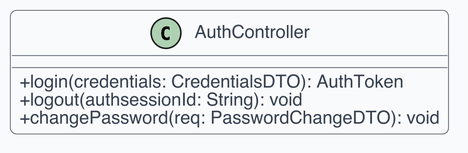
swenightpro/Documentazione keeps this PlantUML diagram as src/PB/Documentazione Esterna/Contenuti/componenti_specifiche_tecniche/assets/uml_backend/01_authcontroller.png. Above is the earlier version. Its diagram source:
```plantuml
@startuml
skinparam dpi 300
skinparam shadowing false
skinparam backgroundColor White
skinparam defaultFontName Helvetica
skinparam defaultFontSize 12
skinparam ArrowColor #4B5563
skinparam ArrowThickness 1
skinparam roundcorner 8
skinparam class {
  BackgroundColor #F9FAFB
  BorderColor #4B5563
  FontColor #111827
  AttributeFontColor #374151
  StereotypeFontColor #6B7280
}
skinparam classAttributeIconSize 0
class AuthController {
  +login(credentials: CredentialsDTO): AuthToken
  +logout(authsessionId: String): void
  +changePassword(req: PasswordChangeDTO): void
}
@enduml
```
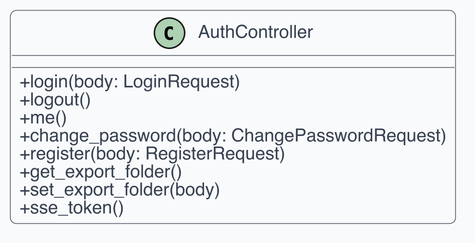
The same file after the commit.

Diff of the diagram source:
```diff
@@ -15,9 +15,15 @@
   StereotypeFontColor #6B7280
 }
 skinparam classAttributeIconSize 0
-class AuthController {
-  +login(credentials: CredentialsDTO): AuthToken
-  +logout(authsessionId: String): void
-  +changePassword(req: PasswordChangeDTO): void
+
+class "AuthController" as C1 {
+  + login(body: LoginRequest)
+  + logout()
+  + me()
+  + change_password(body: ChangePasswordRequest)
+  + register(body: RegisterRequest)
+  + get_export_folder()
+  + set_export_folder(body)
+  + sse_token()
 }
 @enduml
```
